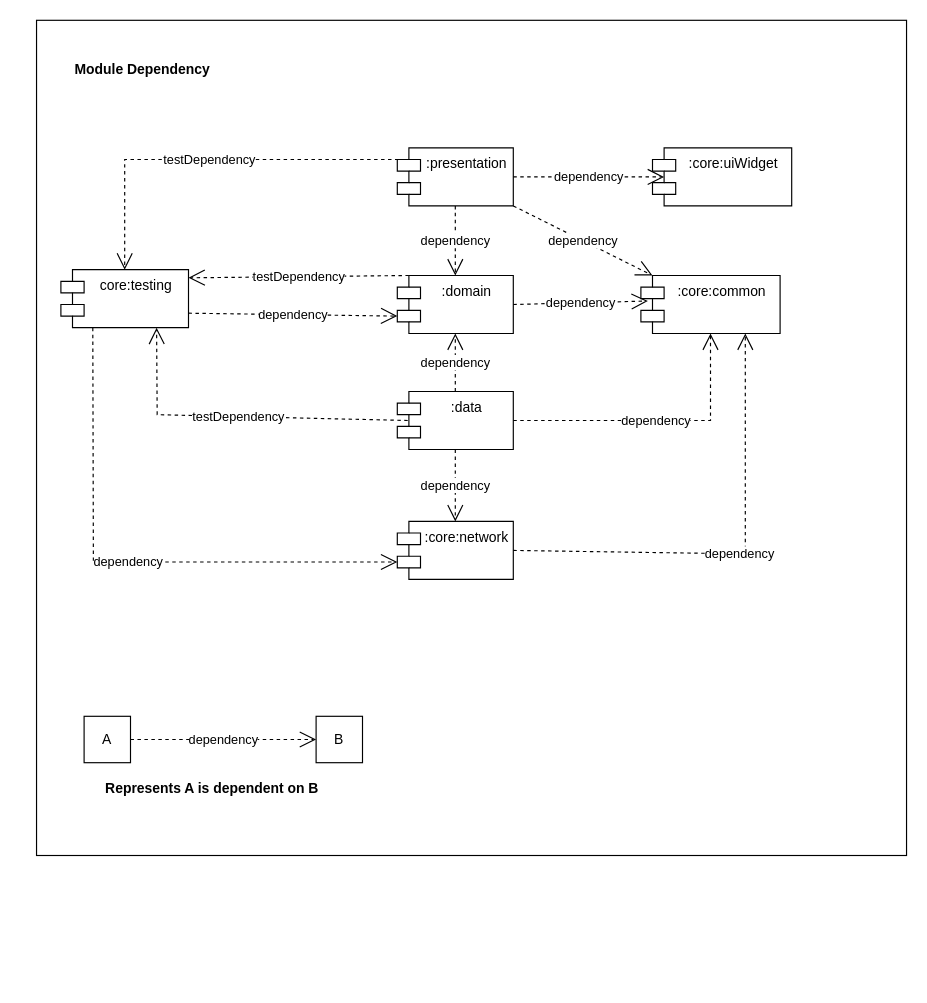
Earlier version of the draw.io diagram docs/module_dependency_diagram.drawio (git-himanshu/JetComposeWithCleanArchitecture). Source tidied: cells renumbered, new cells numbered last; positions are measured from the earlier drawing's top-left corner, leaving out a move shared by most shapes. Both pictures are drawn from the tidied source at 116%, with x=0, y=0 at pixel (36, 20).
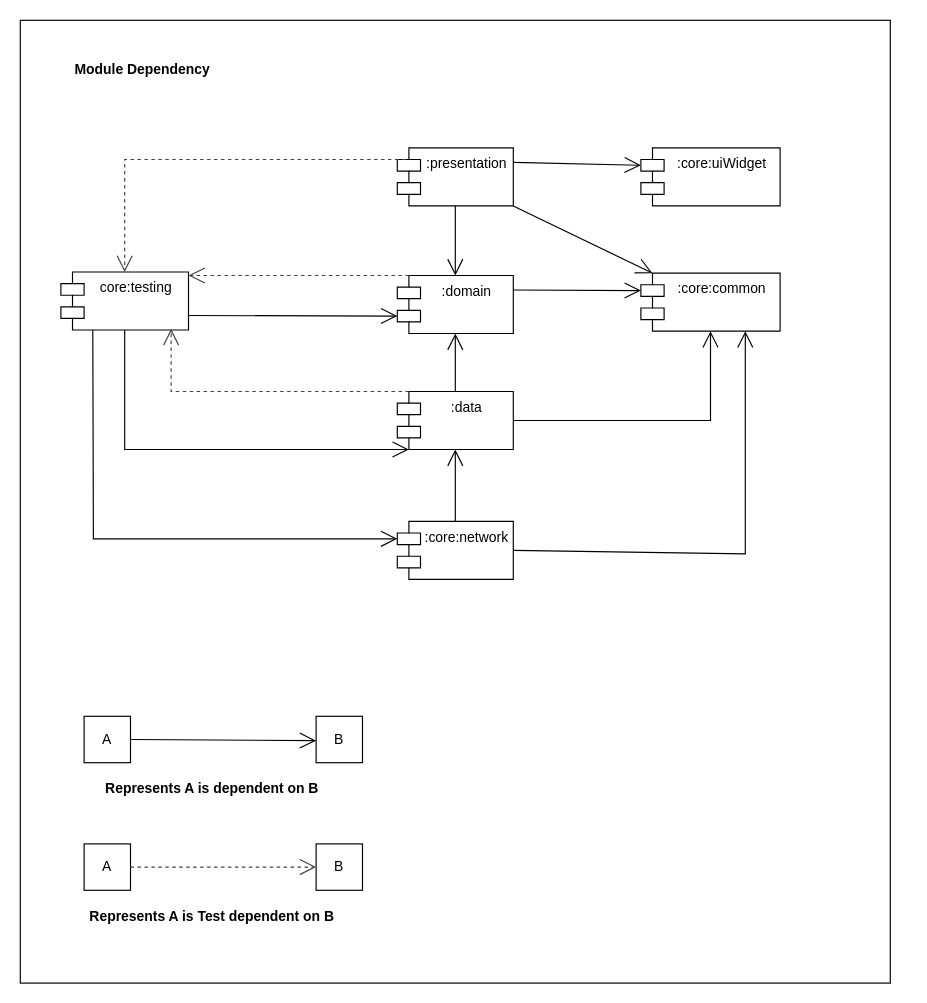
The same diagram, later.

The change refers to these unchanged cells:
```xml
<mxCell id="3" value=":presentation" style="shape=module;align=left;spacingLeft=20;align=center;verticalAlign=top;whiteSpace=wrap;html=1;" parent="1" vertex="1">
  <mxGeometry x="311" y="110" width="100" height="50" as="geometry" />
</mxCell>
<mxCell id="4" value=":data" style="shape=module;align=left;spacingLeft=20;align=center;verticalAlign=top;whiteSpace=wrap;html=1;" parent="1" vertex="1">
  <mxGeometry x="311" y="320" width="100" height="50" as="geometry" />
</mxCell>
<mxCell id="5" value=":domain" style="shape=module;align=left;spacingLeft=20;align=center;verticalAlign=top;whiteSpace=wrap;html=1;" parent="1" vertex="1">
  <mxGeometry x="311" y="220" width="100" height="50" as="geometry" />
</mxCell>
<mxCell id="9" value=":core:network" style="shape=module;align=left;spacingLeft=20;align=center;verticalAlign=top;whiteSpace=wrap;html=1;" parent="1" vertex="1">
  <mxGeometry x="311" y="432" width="100" height="50" as="geometry" />
</mxCell>
<mxCell id="24" value="A" style="html=1;whiteSpace=wrap;" parent="1" vertex="1">
  <mxGeometry x="41" y="600" width="40" height="40" as="geometry" />
</mxCell>
<mxCell id="25" value="B" style="html=1;whiteSpace=wrap;" parent="1" vertex="1">
  <mxGeometry x="241" y="600" width="40" height="40" as="geometry" />
</mxCell>
```

Diff of the diagram source:
```diff
@@
     <mxCell id="2" style="rounded=0;whiteSpace=wrap;html=1;gradientColor=none;" parent="1" vertex="1">
-      <mxGeometry width="750" height="720" as="geometry" />
+      <mxGeometry x="-14" width="750" height="830" as="geometry" />
     </mxCell>
@@
     <mxCell id="6" value="core:testing" style="shape=module;align=left;spacingLeft=20;align=center;verticalAlign=top;whiteSpace=wrap;html=1;" parent="1" vertex="1">
-      <mxGeometry x="21" y="215" width="110" height="50" as="geometry" />
+      <mxGeometry x="21" y="217" width="110" height="50" as="geometry" />
     </mxCell>
     <mxCell id="7" value=":core:uiWidget" style="shape=module;align=left;spacingLeft=20;align=center;verticalAlign=top;whiteSpace=wrap;html=1;" parent="1" vertex="1">
-      <mxGeometry x="531" y="110" width="120" height="50" as="geometry" />
+      <mxGeometry x="521" y="110" width="120" height="50" as="geometry" />
     </mxCell>
     <mxCell id="8" value=":core:common" style="shape=module;align=left;spacingLeft=20;align=center;verticalAlign=top;whiteSpace=wrap;html=1;" parent="1" vertex="1">
-      <mxGeometry x="521" y="220" width="120" height="50" as="geometry" />
+      <mxGeometry x="521" y="218" width="120" height="50" as="geometry" />
     </mxCell>
@@
-    <mxCell id="10" value="dependency" style="endArrow=open;endSize=12;dashed=1;html=1;rounded=0;entryX=0.05;entryY=0.44;entryDx=0;entryDy=0;entryPerimeter=0;exitX=1;exitY=0.5;exitDx=0;exitDy=0;" parent="1" edge="1" source="5" target="8">
-      <mxGeometry relative="1" as="geometry" />
-    </mxCell>
-    <mxCell id="11" value="testDependency" style="endArrow=open;endSize=12;dashed=1;html=1;rounded=0;exitX=0;exitY=0;exitDx=10;exitDy=0;exitPerimeter=0;entryX=1;entryY=0.14;entryDx=0;entryDy=0;entryPerimeter=0;" parent="1" edge="1" source="5" target="6">
-      <mxGeometry relative="1" as="geometry" />
+    <mxCell id="11" style="endArrow=open;endSize=12;dashed=1;html=1;rounded=0;exitX=0;exitY=0;exitDx=10;exitDy=0;exitPerimeter=0;strokeColor=#424242;" parent="1" edge="1" source="5">
+      <mxGeometry relative="1" as="geometry">
+        <mxPoint x="131" y="220" as="targetPoint" />
+      </mxGeometry>
     </mxCell>
-    <mxCell id="12" value="testDependency" style="endArrow=open;endSize=12;dashed=1;html=1;rounded=0;exitX=0.09;exitY=0.5;exitDx=0;exitDy=0;exitPerimeter=0;entryX=0.75;entryY=1;entryDx=0;entryDy=0;" parent="1" edge="1" source="4" target="6">
+    <mxCell id="12" style="endArrow=open;endSize=12;dashed=1;html=1;rounded=0;exitX=0;exitY=0;exitDx=10;exitDy=0;exitPerimeter=0;entryX=0.864;entryY=0.98;entryDx=0;entryDy=0;entryPerimeter=0;strokeColor=#424242;" parent="1" edge="1" source="4" target="6">
       <mxGeometry relative="1" as="geometry">
         <Array as="points">
-          <mxPoint x="104" y="340" />
+          <mxPoint x="116" y="320" />
         </Array>
       </mxGeometry>
     </mxCell>
-    <mxCell id="13" value="dependency" style="endArrow=open;endSize=12;dashed=1;html=1;rounded=0;exitX=0.5;exitY=1;exitDx=0;exitDy=0;entryX=0.5;entryY=0;entryDx=0;entryDy=0;" parent="1" edge="1" source="4" target="9">
-      <mxGeometry relative="1" as="geometry" />
-    </mxCell>
-    <mxCell id="14" value="dependency" style="endArrow=open;endSize=12;dashed=1;html=1;rounded=0;entryX=0.5;entryY=1;entryDx=0;entryDy=0;exitX=1;exitY=0.5;exitDx=0;exitDy=0;" parent="1" edge="1" source="4" target="8">
-      <mxGeometry relative="1" as="geometry">
-        <Array as="points">
-          <mxPoint x="581" y="345" />
-        </Array>
-      </mxGeometry>
-    </mxCell>
-    <mxCell id="15" value="dependency" style="endArrow=open;endSize=12;dashed=1;html=1;rounded=0;exitX=0.5;exitY=0;exitDx=0;exitDy=0;" parent="1" edge="1" source="4" target="5">
-      <mxGeometry relative="1" as="geometry" />
-    </mxCell>
-    <mxCell id="16" value="dependency" style="endArrow=open;endSize=12;dashed=1;html=1;rounded=0;exitX=1;exitY=0.5;exitDx=0;exitDy=0;entryX=0.083;entryY=0.5;entryDx=0;entryDy=0;entryPerimeter=0;" parent="1" edge="1" source="3" target="7">
-      <mxGeometry relative="1" as="geometry" />
-    </mxCell>
-    <mxCell id="17" value="dependency" style="endArrow=open;endSize=12;dashed=1;html=1;rounded=0;exitX=0.5;exitY=1;exitDx=0;exitDy=0;entryX=0.5;entryY=0;entryDx=0;entryDy=0;" parent="1" edge="1" source="3" target="5">
-      <mxGeometry relative="1" as="geometry" />
-    </mxCell>
-    <mxCell id="18" value="dependency" style="endArrow=open;endSize=12;dashed=1;html=1;rounded=0;exitX=1;exitY=1;exitDx=0;exitDy=0;entryX=0;entryY=0;entryDx=10;entryDy=0;entryPerimeter=0;" parent="1" edge="1" source="3" target="8">
-      <mxGeometry relative="1" as="geometry" />
-    </mxCell>
-    <mxCell id="19" value="testDependency" style="endArrow=open;endSize=12;dashed=1;html=1;rounded=0;exitX=0.07;exitY=0.2;exitDx=0;exitDy=0;exitPerimeter=0;entryX=0.5;entryY=0;entryDx=0;entryDy=0;" parent="1" edge="1" source="3" target="6">
+    <mxCell id="19" style="endArrow=open;endSize=12;dashed=1;html=1;rounded=0;exitX=0.07;exitY=0.2;exitDx=0;exitDy=0;exitPerimeter=0;entryX=0.5;entryY=0;entryDx=0;entryDy=0;strokeColor=#424242;" parent="1" edge="1" source="3" target="6">
       <mxGeometry relative="1" as="geometry">
         <Array as="points">
           <mxPoint x="76" y="120" />
         </Array>
       </mxGeometry>
     </mxCell>
-    <mxCell id="20" value="dependency" style="endArrow=open;endSize=12;dashed=1;html=1;rounded=0;exitX=1;exitY=0.5;exitDx=0;exitDy=0;entryX=0.75;entryY=1;entryDx=0;entryDy=0;" parent="1" edge="1" source="9" target="8">
-      <mxGeometry relative="1" as="geometry">
-        <Array as="points">
-          <mxPoint x="611" y="460" />
-        </Array>
-      </mxGeometry>
-    </mxCell>
-    <mxCell id="21" value="dependency" style="endArrow=open;endSize=12;dashed=1;html=1;rounded=0;exitX=0.25;exitY=1;exitDx=0;exitDy=0;entryX=0;entryY=0;entryDx=0;entryDy=35;entryPerimeter=0;" parent="1" edge="1" source="6" target="9">
-      <mxGeometry relative="1" as="geometry">
-        <Array as="points">
-          <mxPoint x="49" y="467" />
-        </Array>
-      </mxGeometry>
-    </mxCell>
-    <mxCell id="22" value="dependency" style="endArrow=open;endSize=12;dashed=1;html=1;rounded=0;entryX=0;entryY=0;entryDx=0;entryDy=35;entryPerimeter=0;exitX=1;exitY=0.75;exitDx=0;exitDy=0;" parent="1" edge="1" source="6" target="5">
-      <mxGeometry relative="1" as="geometry" />
-    </mxCell>
-    <mxCell id="23" value="dependency" style="endArrow=open;endSize=12;dashed=1;html=1;rounded=0;entryX=0;entryY=0.5;entryDx=0;entryDy=0;exitX=1;exitY=0.5;exitDx=0;exitDy=0;" parent="1" edge="1" source="24" target="25">
-      <mxGeometry relative="1" as="geometry" />
-    </mxCell>
@@
+    <mxCell id="21" style="endArrow=open;endFill=1;endSize=12;html=1;rounded=0;entryX=0;entryY=0;entryDx=0;entryDy=15;entryPerimeter=0;exitX=0.25;exitY=1;exitDx=0;exitDy=0;" parent="1" edge="1" source="6" target="9">
+      <mxGeometry relative="1" as="geometry">
+        <Array as="points">
+          <mxPoint x="49" y="447" />
+        </Array>
+      </mxGeometry>
+    </mxCell>
+    <mxCell id="28" style="endArrow=open;endFill=1;endSize=12;html=1;rounded=0;entryX=0;entryY=1;entryDx=10;entryDy=0;entryPerimeter=0;exitX=0.5;exitY=1;exitDx=0;exitDy=0;" parent="1" edge="1" source="6" target="4">
+      <mxGeometry relative="1" as="geometry">
+        <Array as="points">
+          <mxPoint x="76" y="370" />
+        </Array>
+      </mxGeometry>
+    </mxCell>
+    <mxCell id="14" style="endArrow=open;endFill=1;endSize=12;html=1;rounded=0;entryX=0.5;entryY=1;entryDx=0;entryDy=0;exitX=1;exitY=0.5;exitDx=0;exitDy=0;" parent="1" edge="1" source="4" target="8">
+      <mxGeometry relative="1" as="geometry">
+        <Array as="points">
+          <mxPoint x="581" y="345" />
+        </Array>
+      </mxGeometry>
+    </mxCell>
+    <mxCell id="20" style="endArrow=open;endFill=1;endSize=12;html=1;rounded=0;entryX=0.75;entryY=1;entryDx=0;entryDy=0;exitX=1;exitY=0.5;exitDx=0;exitDy=0;" parent="1" edge="1" source="9" target="8">
+      <mxGeometry relative="1" as="geometry">
+        <Array as="points">
+          <mxPoint x="611" y="460" />
+        </Array>
+      </mxGeometry>
+    </mxCell>
+    <mxCell id="10" style="endArrow=open;endFill=1;endSize=12;html=1;rounded=0;entryX=0;entryY=0;entryDx=0;entryDy=15;exitX=1;exitY=0.25;exitDx=0;exitDy=0;entryPerimeter=0;" parent="1" edge="1" source="5" target="8">
+      <mxGeometry relative="1" as="geometry" />
+    </mxCell>
+    <mxCell id="18" style="endArrow=open;endFill=1;endSize=12;html=1;rounded=0;entryX=0;entryY=0;entryDx=10;entryDy=0;exitX=1;exitY=1;exitDx=0;exitDy=0;entryPerimeter=0;" parent="1" edge="1" source="3" target="8">
+      <mxGeometry relative="1" as="geometry" />
+    </mxCell>
+    <mxCell id="16" style="endArrow=open;endFill=1;endSize=12;html=1;rounded=0;entryX=0;entryY=0;entryDx=0;entryDy=15;exitX=1;exitY=0.25;exitDx=0;exitDy=0;entryPerimeter=0;" parent="1" edge="1" source="3" target="7">
+      <mxGeometry relative="1" as="geometry" />
+    </mxCell>
+    <mxCell id="17" style="endArrow=open;endFill=1;endSize=12;html=1;rounded=0;entryX=0.5;entryY=0;entryDx=0;entryDy=0;exitX=0.5;exitY=1;exitDx=0;exitDy=0;" parent="1" edge="1" source="3" target="5">
+      <mxGeometry relative="1" as="geometry" />
+    </mxCell>
+    <mxCell id="22" style="endArrow=open;endFill=1;endSize=12;html=1;rounded=0;entryX=0;entryY=0;entryDx=0;entryDy=35;exitX=1;exitY=0.75;exitDx=0;exitDy=0;entryPerimeter=0;" parent="1" edge="1" source="6" target="5">
+      <mxGeometry relative="1" as="geometry" />
+    </mxCell>
+    <mxCell id="29" style="endArrow=open;endFill=1;endSize=12;html=1;rounded=0;entryX=0.5;entryY=1;entryDx=0;entryDy=0;exitX=0.5;exitY=0;exitDx=0;exitDy=0;" parent="1" edge="1" source="9" target="4">
+      <mxGeometry relative="1" as="geometry" />
+    </mxCell>
+    <mxCell id="15" style="endArrow=open;endFill=1;endSize=12;html=1;rounded=0;entryX=0.5;entryY=1;entryDx=0;entryDy=0;exitX=0.5;exitY=0;exitDx=0;exitDy=0;" parent="1" edge="1" source="4" target="5">
+      <mxGeometry relative="1" as="geometry" />
+    </mxCell>
+    <mxCell id="30" style="endArrow=open;endFill=1;endSize=12;html=1;rounded=0;exitX=1;exitY=0.5;exitDx=0;exitDy=0;" parent="1" edge="1" source="24">
+      <mxGeometry relative="1" as="geometry">
+        <mxPoint x="241" y="621" as="targetPoint" />
+      </mxGeometry>
+    </mxCell>
+    <mxCell id="31" value="A" style="html=1;whiteSpace=wrap;" parent="1" vertex="1">
+      <mxGeometry x="41" y="710" width="40" height="40" as="geometry" />
+    </mxCell>
+    <mxCell id="32" value="B" style="html=1;whiteSpace=wrap;" parent="1" vertex="1">
+      <mxGeometry x="241" y="710" width="40" height="40" as="geometry" />
+    </mxCell>
+    <mxCell id="33" style="endArrow=open;endSize=12;dashed=1;html=1;rounded=0;exitX=1;exitY=0.5;exitDx=0;exitDy=0;entryX=0;entryY=0.5;entryDx=0;entryDy=0;strokeColor=#424242;" parent="1" edge="1" source="31" target="32">
+      <mxGeometry relative="1" as="geometry" />
+    </mxCell>
+    <mxCell id="34" value="Represents A is Test dependent on B" style="text;align=center;fontStyle=1;verticalAlign=middle;spacingLeft=3;spacingRight=3;strokeColor=none;html=1;" parent="1" vertex="1">
+      <mxGeometry x="111" y="760" width="80" height="26" as="geometry" />
+    </mxCell>
```
